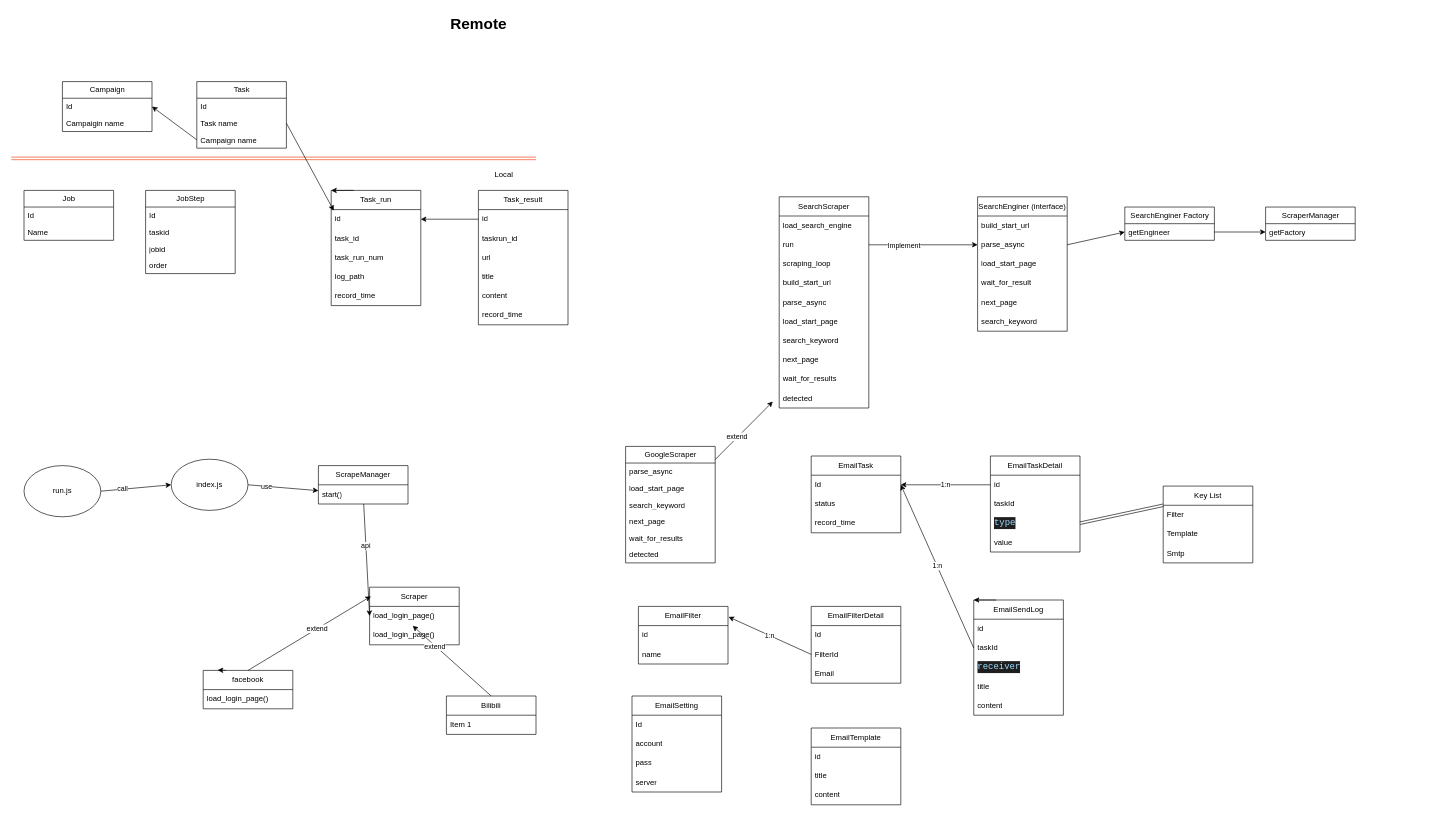
Before: doc/class.drawio in robertzengcn/social-marketing, a draw.io diagram. Source tidied: cells renumbered, new cells numbered last; positions are measured from the earlier drawing's top-left corner, leaving out a move shared by most shapes. Both pictures are drawn from the tidied source at 64%, with x=0, y=0 at pixel (11, 11).
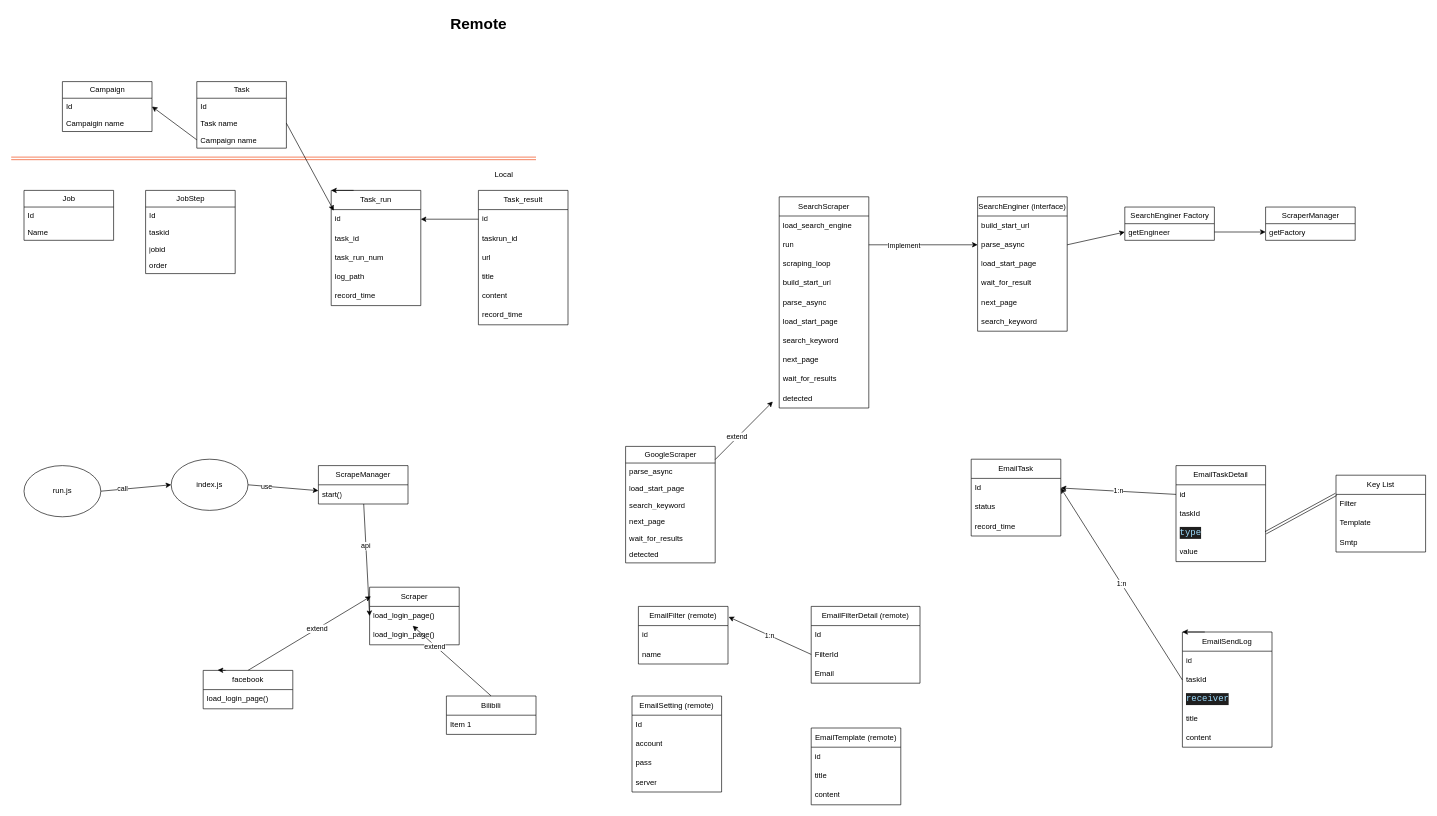
The same diagram, later.

Change to the diagram source:
```diff
@@
-    <mxCell id="94" value="EmailSetting" style="swimlane;fontStyle=0;horizontal=1;startSize=30;whiteSpace=wrap;html=1;" parent="1" vertex="1">
+    <mxCell id="94" value="EmailSetting (remote)" style="swimlane;fontStyle=0;horizontal=1;startSize=30;whiteSpace=wrap;html=1;" parent="1" vertex="1">
       <mxGeometry x="970" y="1070" width="140" height="150" as="geometry" />
     </mxCell>
@@
-    <mxCell id="99" value="EmailTemplate" style="swimlane;fontStyle=0;horizontal=1;startSize=30;whiteSpace=wrap;html=1;" parent="1" vertex="1">
+    <mxCell id="99" value="EmailTemplate (remote)" style="swimlane;fontStyle=0;horizontal=1;startSize=30;whiteSpace=wrap;html=1;" parent="1" vertex="1">
       <mxGeometry x="1250" y="1120" width="140" height="120" as="geometry" />
     </mxCell>
@@
-    <mxCell id="103" value="EmailFilter" style="swimlane;fontStyle=0;horizontal=1;startSize=30;whiteSpace=wrap;html=1;" parent="1" vertex="1">
+    <mxCell id="103" value="EmailFilter (remote)" style="swimlane;fontStyle=0;horizontal=1;startSize=30;whiteSpace=wrap;html=1;" parent="1" vertex="1">
       <mxGeometry x="980" y="930" width="140" height="90" as="geometry" />
     </mxCell>
@@
-    <mxCell id="106" value="EmailFilterDetail" style="swimlane;fontStyle=0;horizontal=1;startSize=30;whiteSpace=wrap;html=1;" parent="1" vertex="1">
-      <mxGeometry x="1250" y="930" width="140" height="120" as="geometry" />
+    <mxCell id="106" value="EmailFilterDetail (remote)" style="swimlane;fontStyle=0;horizontal=1;startSize=30;whiteSpace=wrap;html=1;" parent="1" vertex="1">
+      <mxGeometry x="1250" y="930" width="170" height="120" as="geometry" />
     </mxCell>
     <mxCell id="107" value="Id" style="text;strokeColor=none;fillColor=none;align=left;verticalAlign=middle;spacingLeft=4;spacingRight=4;overflow=hidden;whiteSpace=wrap;html=1;" parent="106" vertex="1">
-      <mxGeometry y="30" width="140" height="30" as="geometry" />
+      <mxGeometry y="30" width="170" height="30" as="geometry" />
     </mxCell>
     <mxCell id="108" value="FilterId" style="text;strokeColor=none;fillColor=none;align=left;verticalAlign=middle;spacingLeft=4;spacingRight=4;overflow=hidden;points=[[0,0.5],[1,0.5]];portConstraint=eastwest;whiteSpace=wrap;html=1;" parent="106" vertex="1">
-      <mxGeometry y="60" width="140" height="30" as="geometry" />
+      <mxGeometry y="60" width="170" height="30" as="geometry" />
     </mxCell>
     <mxCell id="109" value="Email" style="text;strokeColor=none;fillColor=none;align=left;verticalAlign=middle;spacingLeft=4;spacingRight=4;overflow=hidden;whiteSpace=wrap;html=1;" parent="106" vertex="1">
-      <mxGeometry y="90" width="140" height="30" as="geometry" />
+      <mxGeometry y="90" width="170" height="30" as="geometry" />
     </mxCell>
@@
     <mxCell id="111" value="EmailTask" style="swimlane;fontStyle=0;horizontal=1;startSize=30;whiteSpace=wrap;html=1;" parent="1" vertex="1">
-      <mxGeometry x="1250" y="695" width="140" height="120" as="geometry" />
+      <mxGeometry x="1500" y="700" width="140" height="120" as="geometry" />
     </mxCell>
@@
     <mxCell id="115" value="EmailTaskDetail" style="swimlane;fontStyle=0;horizontal=1;startSize=30;whiteSpace=wrap;html=1;" parent="1" vertex="1">
-      <mxGeometry x="1530" y="695" width="140" height="150" as="geometry" />
+      <mxGeometry x="1820" y="710" width="140" height="150" as="geometry" />
     </mxCell>
@@
     <mxCell id="121" value="EmailSendLog" style="swimlane;fontStyle=0;horizontal=1;startSize=30;whiteSpace=wrap;html=1;" parent="1" vertex="1">
-      <mxGeometry x="1504" y="920" width="140" height="180" as="geometry" />
+      <mxGeometry x="1830" y="970" width="140" height="180" as="geometry" />
     </mxCell>
@@
     <mxCell id="129" value="Key List" style="swimlane;fontStyle=0;horizontal=1;startSize=30;whiteSpace=wrap;html=1;" parent="1" vertex="1">
-      <mxGeometry x="1800" y="742" width="140" height="120" as="geometry" />
+      <mxGeometry x="2070" y="725" width="140" height="120" as="geometry" />
     </mxCell>
```
